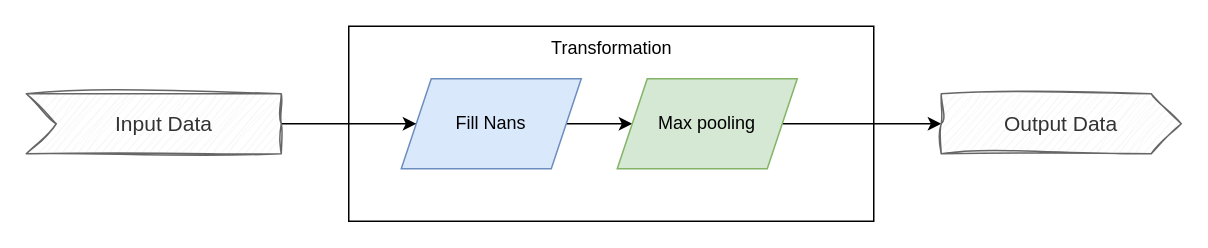
Before: page "transformation" (2 of 2) of doc/arc.drawio in rasmushaa/drawio_document_demo_b, a draw.io diagram. Source tidied: cells renumbered, new cells numbered last; positions are measured from the earlier drawing's top-left corner, leaving out a move shared by most shapes. Both pictures are drawn from the tidied source at 150%, with x=0, y=0 at pixel (26, 26).
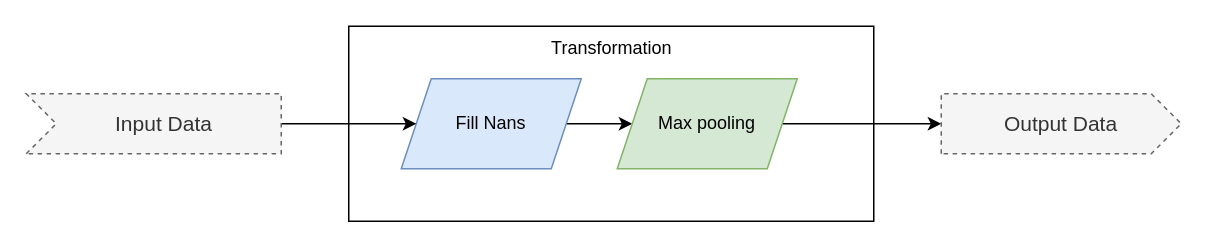
After the change.

Change to the diagram source:
```diff
@@
 <mxGraphModel>
   <root>
     <mxCell id="0" />
     <mxCell id="1" parent="0" />
     <mxCell id="2" style="rounded=0;whiteSpace=wrap;html=1;" parent="1" vertex="1">
       <mxGeometry x="215" width="350" height="130" as="geometry" />
     </mxCell>
     <mxCell id="3" style="edgeStyle=none;html=1;entryX=0;entryY=0.5;entryDx=0;entryDy=0;" parent="1" edge="1" source="4" target="6">
       <mxGeometry relative="1" as="geometry" />
     </mxCell>
     <mxCell id="4" value="Fill Nans" style="shape=parallelogram;perimeter=parallelogramPerimeter;whiteSpace=wrap;html=1;fixedSize=1;fillColor=#dae8fc;strokeColor=#6c8ebf;" parent="1" vertex="1">
       <mxGeometry x="250" y="35" width="120" height="60" as="geometry" />
     </mxCell>
     <mxCell id="5" style="edgeStyle=none;html=1;" parent="1" edge="1" source="6" target="7">
       <mxGeometry relative="1" as="geometry" />
     </mxCell>
     <mxCell id="6" value="Max pooling" style="shape=parallelogram;perimeter=parallelogramPerimeter;whiteSpace=wrap;html=1;fixedSize=1;fillColor=#d5e8d4;strokeColor=#82b366;" parent="1" vertex="1">
       <mxGeometry x="394" y="35" width="120" height="60" as="geometry" />
     </mxCell>
-    <mxCell id="7" value="Output Data" style="html=1;shape=mxgraph.infographic.ribbonSimple;notch1=0;notch2=20;align=center;verticalAlign=middle;fontSize=14;fontStyle=0;fillColor=#f5f5f5;whiteSpace=wrap;fontColor=#333333;strokeColor=#666666;sketch=1;curveFitting=1;jiggle=2;" parent="1" vertex="1">
+    <mxCell id="7" value="Output Data" style="html=1;shape=mxgraph.infographic.ribbonSimple;notch1=0;notch2=20;align=center;verticalAlign=middle;fontSize=14;fontStyle=0;fillColor=#f5f5f5;whiteSpace=wrap;fontColor=#333333;strokeColor=#666666;dashed=1;" parent="1" vertex="1">
       <mxGeometry x="610" y="45" width="160" height="40" as="geometry" />
     </mxCell>
     <mxCell id="8" style="edgeStyle=none;html=1;entryX=0;entryY=0.5;entryDx=0;entryDy=0;" parent="1" edge="1" source="9" target="4">
       <mxGeometry relative="1" as="geometry" />
     </mxCell>
-    <mxCell id="9" value="Input Data" style="html=1;shape=mxgraph.infographic.ribbonSimple;notch1=20;notch2=0;align=center;verticalAlign=middle;fontSize=14;fontStyle=0;fillColor=#f5f5f5;flipH=0;spacingRight=0;spacingLeft=14;whiteSpace=wrap;fontColor=#333333;strokeColor=#666666;sketch=1;curveFitting=1;jiggle=2;" parent="1" vertex="1">
+    <mxCell id="9" value="Input Data" style="html=1;shape=mxgraph.infographic.ribbonSimple;notch1=20;notch2=0;align=center;verticalAlign=middle;fontSize=14;fontStyle=0;fillColor=#f5f5f5;flipH=0;spacingRight=0;spacingLeft=14;whiteSpace=wrap;fontColor=#333333;strokeColor=#666666;dashed=1;" parent="1" vertex="1">
       <mxGeometry y="45" width="170" height="40" as="geometry" />
     </mxCell>
     <mxCell id="10" value="Transformation" style="text;html=1;align=center;verticalAlign=middle;strokeColor=none;fillColor=none;" parent="1" vertex="1">
       <mxGeometry x="340" width="100" height="30" as="geometry" />
     </mxCell>
   </root>
 </mxGraphModel>
```
